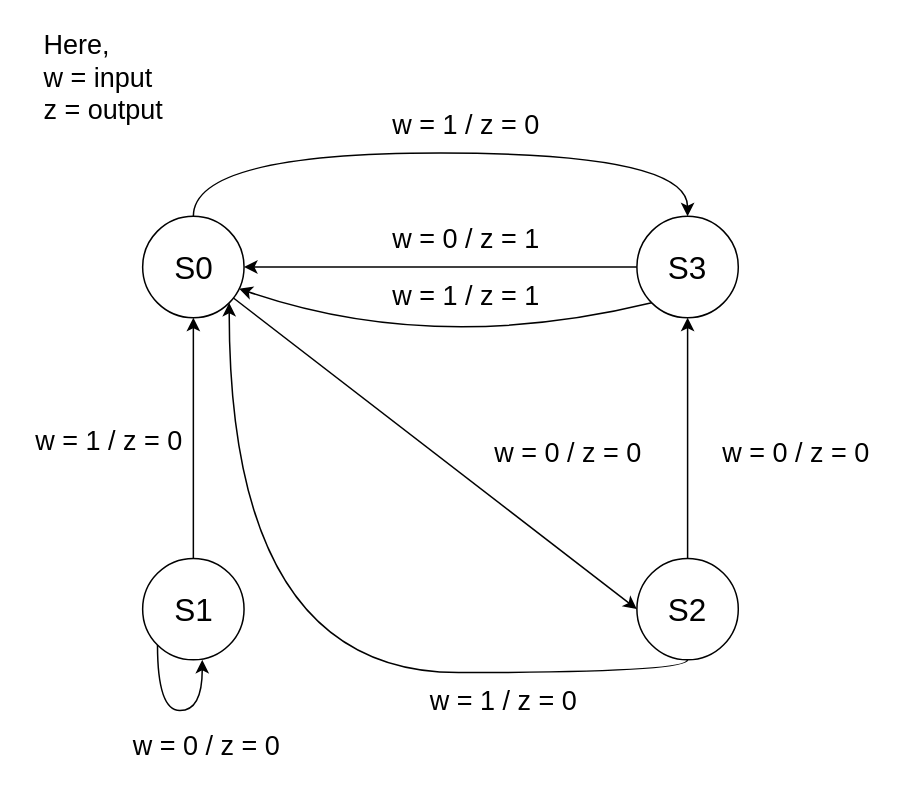
Above: page "Exp 02" (2 of 3) of Exp 03/Lab Submission/State Diagram.drawio in mehadihn/BRACUCSE460 (draw.io), before the change. Source tidied: cells renumbered, new cells numbered last; positions are measured from the earlier drawing's top-left corner, leaving out a move shared by most shapes. Both pictures are drawn from the tidied source at 150%, with x=0, y=0 at pixel (26, 26).
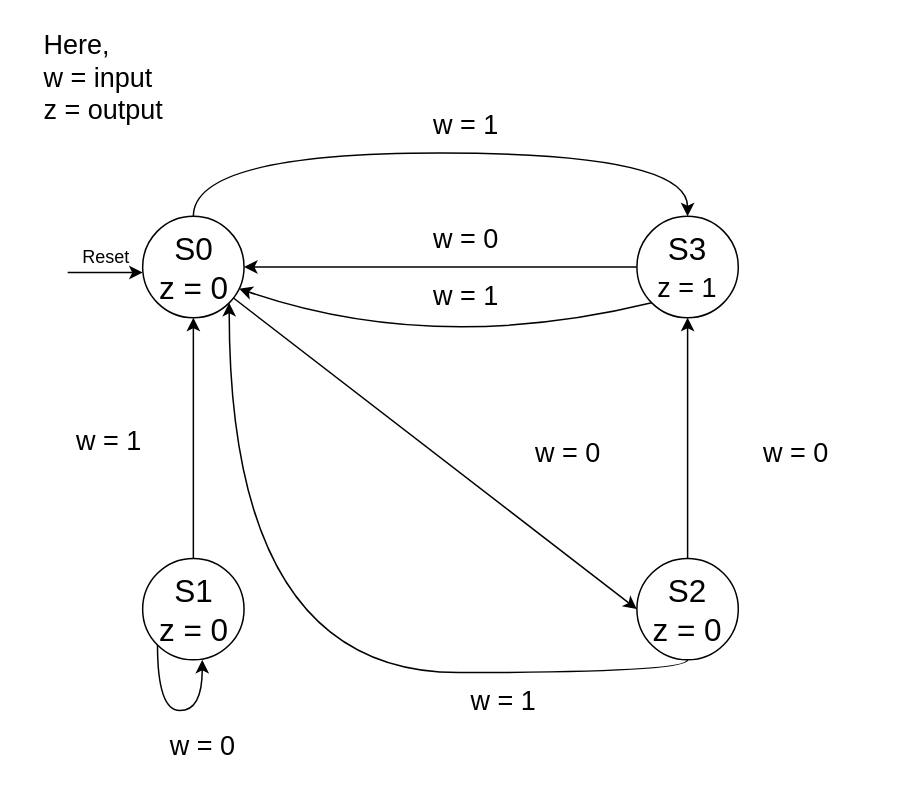
The same page after the edit.

Diff of the diagram source:
```diff
@@
     <mxCell id="2" style="group;" parent="1" vertex="1">
-      <mxGeometry x="10" width="540.7" height="490" as="geometry" />
+      <mxGeometry x="10" width="540.7" height="494.7" as="geometry" />
     </mxCell>
     <mxCell id="3" style="group;" parent="2" vertex="1">
-      <mxGeometry width="540.7" height="490" as="geometry" />
+      <mxGeometry width="540.7" height="494.7" as="geometry" />
     </mxCell>
-    <mxCell id="4" value="S0" style="ellipse;whiteSpace=wrap;html=1;fontSize=21;" parent="3" vertex="1">
+    <mxCell id="4" value="S0&lt;br&gt;z = 0" style="ellipse;whiteSpace=wrap;html=1;fontSize=21;" parent="3" vertex="1">
       <mxGeometry x="67.6" y="126.7" width="67.6" height="67.6" as="geometry" />
     </mxCell>
@@
-    <mxCell id="6" value="S1" style="ellipse;whiteSpace=wrap;html=1;fontSize=21;" parent="3" vertex="1">
+    <mxCell id="6" value="S1&lt;br&gt;z = 0" style="ellipse;whiteSpace=wrap;html=1;fontSize=21;" parent="3" vertex="1">
       <mxGeometry x="67.6" y="354.8" width="67.6" height="67.6" as="geometry" />
     </mxCell>
@@
-    <mxCell id="9" value="S3" style="ellipse;whiteSpace=wrap;html=1;fontSize=21;" parent="3" vertex="1">
+    <mxCell id="9" value="S3&lt;br&gt;&lt;span style=&quot;font-size: 18px&quot;&gt;z = 1&lt;/span&gt;" style="ellipse;whiteSpace=wrap;html=1;fontSize=21;" parent="3" vertex="1">
       <mxGeometry x="397.1" y="126.7" width="67.6" height="67.6" as="geometry" />
     </mxCell>
@@
-    <mxCell id="14" value="S2" style="ellipse;whiteSpace=wrap;html=1;fontSize=21;" parent="3" vertex="1">
+    <mxCell id="14" value="S2&lt;br&gt;z = 0" style="ellipse;whiteSpace=wrap;html=1;fontSize=21;" parent="3" vertex="1">
       <mxGeometry x="397.1" y="354.8" width="67.6" height="67.6" as="geometry" />
     </mxCell>
-    <mxCell id="15" value="w = 0 / z = 0" style="text;html=1;align=center;verticalAlign=middle;fontSize=18;" parent="3" vertex="1">
-      <mxGeometry x="295.7" y="270.3" width="110" height="30" as="geometry" />
+    <mxCell id="15" value="w = 0" style="text;html=1;align=center;verticalAlign=middle;fontSize=18;" parent="3" vertex="1">
+      <mxGeometry x="320.7" y="270.3" width="60" height="30" as="geometry" />
     </mxCell>
-    <mxCell id="16" value="w = 1 / z = 0" style="text;html=1;align=center;verticalAlign=middle;fontSize=18;" parent="3" vertex="1">
-      <mxGeometry x="228.1" y="50.7" width="110" height="30" as="geometry" />
+    <mxCell id="16" value="w = 1" style="text;html=1;align=center;verticalAlign=middle;fontSize=18;" parent="3" vertex="1">
+      <mxGeometry x="253.1" y="50.7" width="60" height="30" as="geometry" />
     </mxCell>
@@
-    <mxCell id="19" value="w = 0 / z = 0" style="text;html=1;align=center;verticalAlign=middle;fontSize=18;" parent="3" vertex="1">
-      <mxGeometry x="54.9" y="464.7" width="110" height="30" as="geometry" />
+    <mxCell id="19" value="w = 0&amp;nbsp;" style="text;html=1;align=center;verticalAlign=middle;fontSize=18;" parent="3" vertex="1">
+      <mxGeometry x="79.9" y="464.7" width="60" height="30" as="geometry" />
     </mxCell>
-    <mxCell id="20" value="w = 1 / z = 0" style="text;html=1;align=center;verticalAlign=middle;fontSize=18;" parent="3" vertex="1">
-      <mxGeometry x="-10" y="261.9" width="110" height="30" as="geometry" />
+    <mxCell id="20" value="w = 1" style="text;html=1;align=center;verticalAlign=middle;fontSize=18;" parent="3" vertex="1">
+      <mxGeometry x="15" y="261.9" width="60" height="30" as="geometry" />
     </mxCell>
-    <mxCell id="21" value="w = 0 / z = 0" style="text;html=1;align=center;verticalAlign=middle;fontSize=18;" parent="3" vertex="1">
-      <mxGeometry x="447.8" y="270.3" width="110" height="30" as="geometry" />
+    <mxCell id="21" value="w = 0" style="text;html=1;align=center;verticalAlign=middle;fontSize=18;" parent="3" vertex="1">
+      <mxGeometry x="472.8" y="270.3" width="60" height="30" as="geometry" />
     </mxCell>
-    <mxCell id="22" value="w = 1 / z = 0" style="text;html=1;align=center;verticalAlign=middle;fontSize=18;" parent="3" vertex="1">
-      <mxGeometry x="253.4" y="435.1" width="110" height="30" as="geometry" />
+    <mxCell id="22" value="w = 1" style="text;html=1;align=center;verticalAlign=middle;fontSize=18;" parent="3" vertex="1">
+      <mxGeometry x="278.4" y="435.1" width="60" height="30" as="geometry" />
     </mxCell>
-    <mxCell id="23" value="w = 0 / z = 1" style="text;html=1;align=center;verticalAlign=middle;fontSize=18;" parent="3" vertex="1">
-      <mxGeometry x="228.1" y="126.7" width="110" height="30" as="geometry" />
+    <mxCell id="23" value="w = 0" style="text;html=1;align=center;verticalAlign=middle;fontSize=18;" parent="3" vertex="1">
+      <mxGeometry x="253.1" y="126.7" width="60" height="30" as="geometry" />
     </mxCell>
-    <mxCell id="24" value="w = 1 / z = 1" style="text;html=1;align=center;verticalAlign=middle;fontSize=18;" parent="3" vertex="1">
-      <mxGeometry x="228.1" y="165.2" width="110" height="30" as="geometry" />
+    <mxCell id="24" value="w = 1" style="text;html=1;align=center;verticalAlign=middle;fontSize=18;" parent="3" vertex="1">
+      <mxGeometry x="253.1" y="165.2" width="60" height="30" as="geometry" />
     </mxCell>
@@
+    <mxCell id="26" style="endArrow=classic;html=1;entryX=0;entryY=0.5;entryDx=0;entryDy=0;" parent="3" edge="1">
+      <mxGeometry relative="1" as="geometry">
+        <mxPoint x="17.6" y="164.2" as="sourcePoint" />
+        <mxPoint x="67.6" y="164.2" as="targetPoint" />
+      </mxGeometry>
+    </mxCell>
+    <mxCell id="27" value="Reset" style="text;html=1;align=center;verticalAlign=middle;" parent="3" vertex="1">
+      <mxGeometry x="17.6" y="144.2" width="50" height="20" as="geometry" />
+    </mxCell>
```
